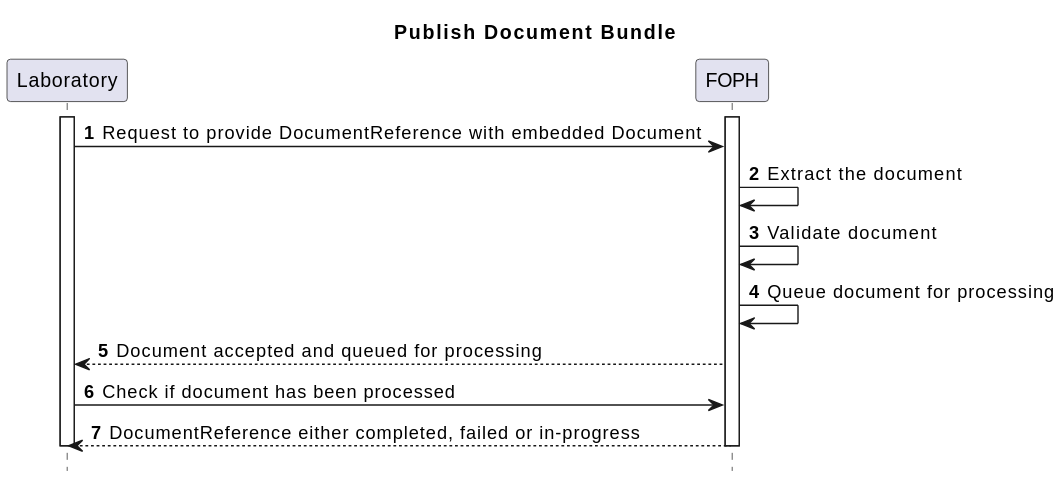
This is input/images/observation.svg from hl7ch/ch-lab-report, a PlantUML export, as it was before one commit. The source it was exported from:
```plantuml
@startuml observation
title Publish Document Bundle
hide footbox
participant "Laboratory" as DocumentSource
participant "FOPH" as DocumentRecipient
autonumber
activate DocumentSource
activate DocumentRecipient
DocumentSource -> DocumentRecipient : Request to provide DocumentReference with embedded Document
DocumentRecipient -> DocumentRecipient : Extract the document
DocumentRecipient -> DocumentRecipient : Validate document
DocumentRecipient -> DocumentRecipient : Queue document for processing
DocumentRecipient --> DocumentSource : Document accepted and queued for processing
DocumentSource -> DocumentRecipient : Check if document has been processed
DocumentRecipient --> DocumentSource : DocumentReference either completed, failed or in-progress
deactivate DocumentSource
deactivate DocumentRecipient
@enduml
```
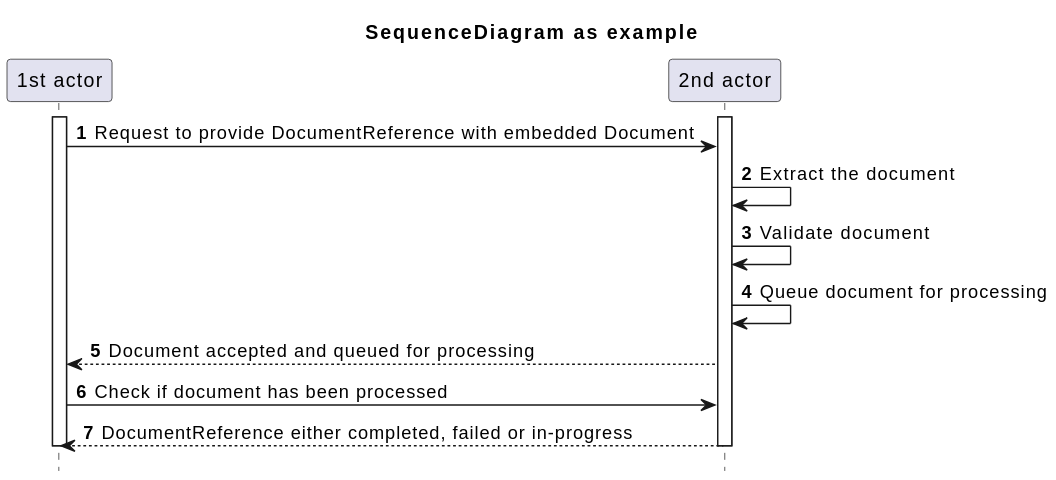
Above is the later version.

Commit message:
embed diagrams in usecases files

The edit, as a diff of the source:
```diff
@@ -1,8 +1,8 @@
 @startuml observation
-title Publish Document Bundle
+title SequenceDiagram as example
 hide footbox
-participant "Laboratory" as DocumentSource
-participant "FOPH" as DocumentRecipient
+participant "1st actor" as DocumentSource
+participant "2nd actor" as DocumentRecipient
 autonumber
 activate DocumentSource
 activate DocumentRecipient
```
